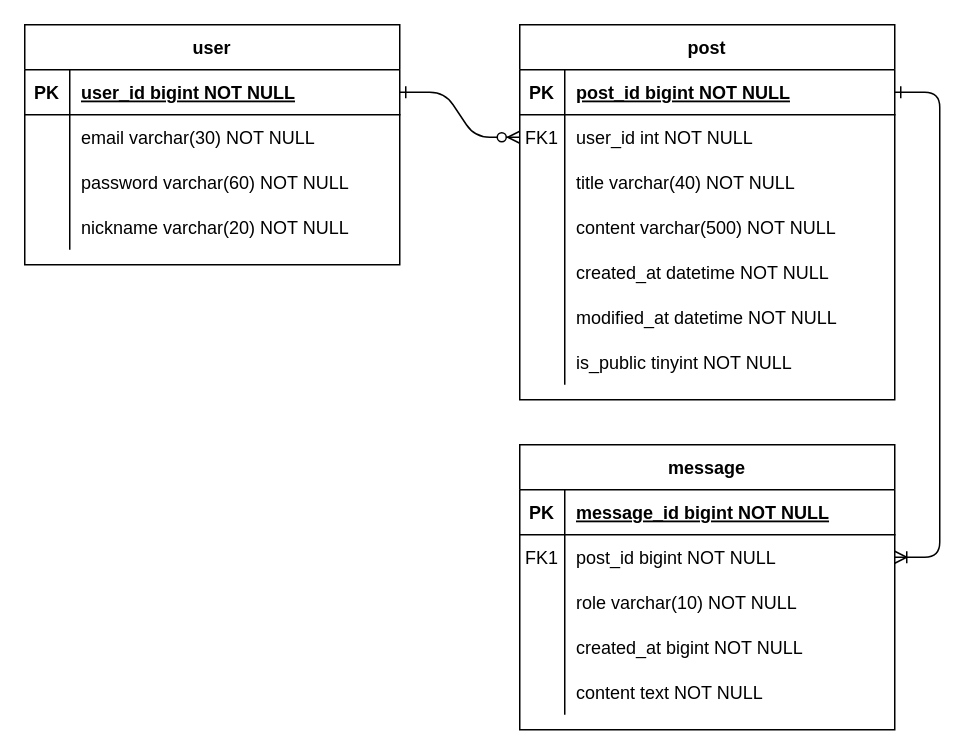
Earlier version of the draw.io diagram ER다이어그램.drawio (GunwooJo/codefeedbackBE). Source tidied: cells renumbered, new cells numbered last; positions are measured from the earlier drawing's top-left corner, leaving out a move shared by most shapes. Both pictures are drawn from the tidied source at 150%, with x=0, y=0 at pixel (24, 24).
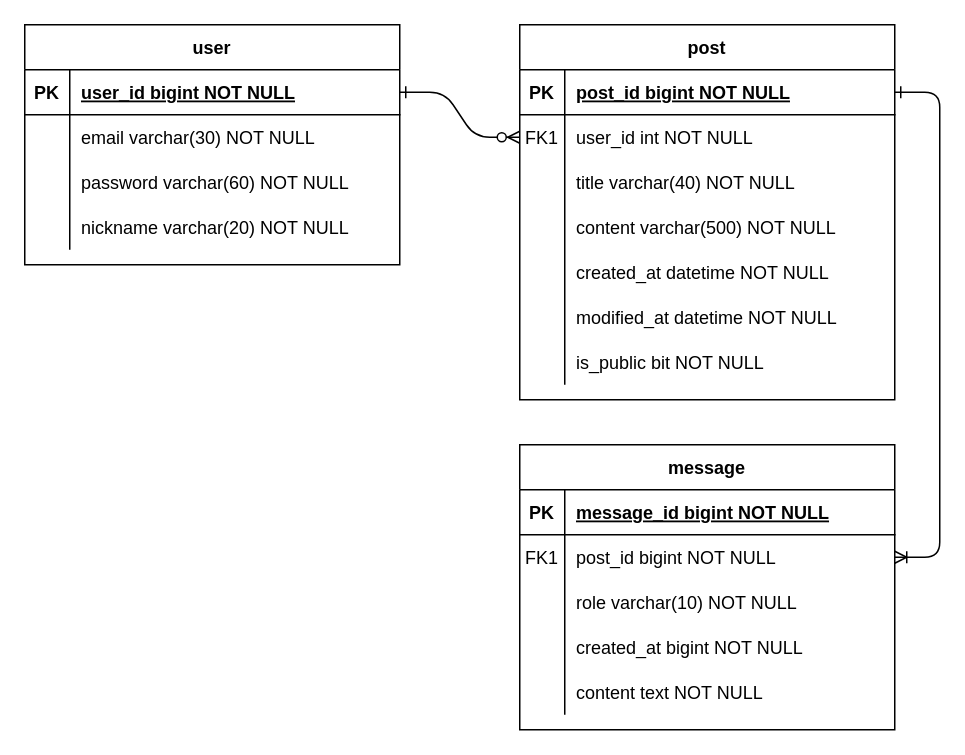
The same diagram, later.

Commit message:
post 테이블 is_public 컬럼 업데이트

The change refers to these unchanged cells:
```xml
<mxCell id="23" style="shape=partialRectangle;fillColor=none;top=0;left=0;right=0;bottom=0;" parent="4" vertex="1">
  <mxGeometry y="210" width="250" height="30" as="geometry" />
</mxCell>
```

Change to the diagram source:
```diff
@@
-    <mxCell id="25" value="is_public tinyint NOT NULL" style="shape=partialRectangle;overflow=hidden;fillColor=none;top=0;left=0;bottom=0;right=0;align=left;spacingLeft=6;" parent="23" vertex="1">
+    <mxCell id="25" value="is_public bit NOT NULL" style="shape=partialRectangle;overflow=hidden;fillColor=none;top=0;left=0;bottom=0;right=0;align=left;spacingLeft=6;" parent="23" vertex="1">
       <mxGeometry x="30" width="220" height="30" as="geometry" />
     </mxCell>
```
